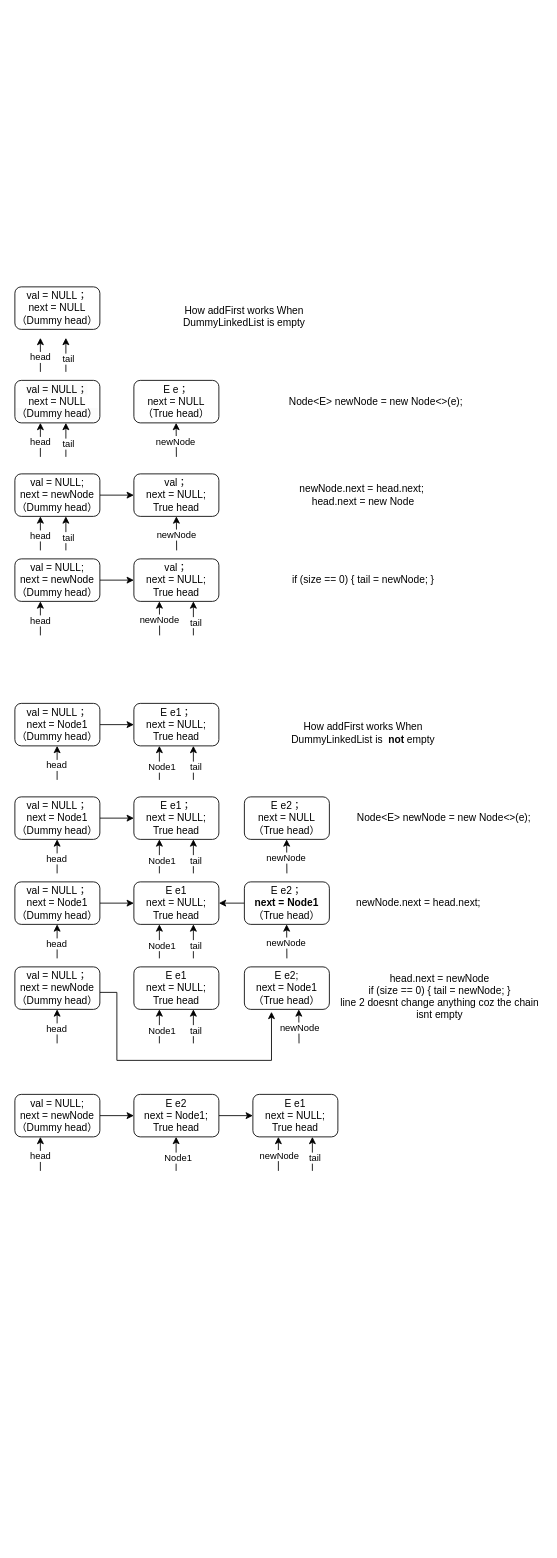
sunplanter/DSA keeps this draw.io diagram as LinkedList/LinkedList.drawio. Above is the earlier version. Source tidied: cells renumbered, new cells numbered last; positions are measured from the earlier drawing's top-left corner, leaving out a move shared by most shapes. Both pictures are drawn from the tidied source at 85%, with x=0, y=0 at pixel (14, 286).
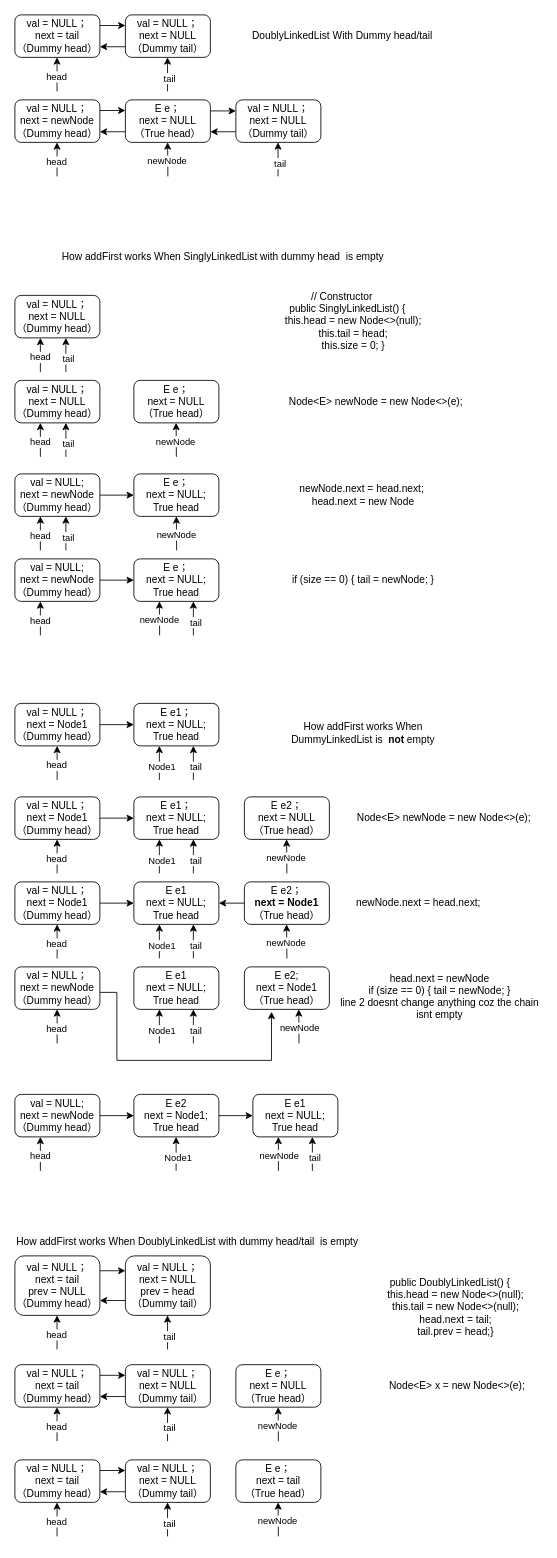
Above is the later version.

Diff of the diagram source:
```diff
@@
+    <mxCell id="100" style="edgeStyle=orthogonalEdgeStyle;rounded=0;jettySize=auto;html=1;exitX=1;exitY=0.25;exitDx=0;exitDy=0;entryX=0;entryY=0.25;entryDx=0;entryDy=0;" parent="1" edge="1" source="2" target="103">
+      <mxGeometry relative="1" as="geometry" />
+    </mxCell>
-    <mxCell id="2" value="&lt;div&gt;val = NULL；&lt;div&gt;next = NULL&lt;div&gt;（Dummy head）&lt;br&gt;&lt;/div&gt;&lt;/div&gt;&lt;/div&gt;" style="rounded=1;whiteSpace=wrap;html=1;" parent="1" vertex="1">
-      <mxGeometry width="100" height="50" as="geometry" />
+    <mxCell id="2" value="&lt;div&gt;val = NULL；&lt;div&gt;next = tail&lt;div&gt;（Dummy head）&lt;br&gt;&lt;/div&gt;&lt;/div&gt;&lt;/div&gt;" style="rounded=1;whiteSpace=wrap;html=1;" parent="1" vertex="1">
+      <mxGeometry y="-320" width="100" height="50" as="geometry" />
     </mxCell>
     <mxCell id="3" style="endArrow=classic;html=1;rounded=0;" parent="1" edge="1">
       <mxGeometry relative="1" as="geometry">
-        <mxPoint x="30" y="100" as="sourcePoint" />
-        <mxPoint x="30" y="60" as="targetPoint" />
+        <mxPoint x="49.6" y="-230" as="sourcePoint" />
+        <mxPoint x="49.6" y="-270" as="targetPoint" />
       </mxGeometry>
     </mxCell>
@@
-    <mxCell id="5" style="endArrow=classic;html=1;rounded=0;" parent="1" edge="1">
-      <mxGeometry relative="1" as="geometry">
-        <mxPoint x="60" y="100" as="sourcePoint" />
-        <mxPoint x="60" y="60" as="targetPoint" />
-      </mxGeometry>
-    </mxCell>
-    <mxCell id="6" value="tail" style="edgeLabel;html=1;align=center;verticalAlign=middle;" parent="5" vertex="1">
-      <mxGeometry x="-0.05" y="-2" relative="1" as="geometry">
-        <mxPoint y="3" as="offset" />
-      </mxGeometry>
-    </mxCell>
@@
-    <mxCell id="12" value="How addFirst works When DummyLinkedList is e&lt;span style=&quot;background-color: initial;&quot;&gt;mpty&lt;/span&gt;" style="text;strokeColor=none;align=center;fillColor=none;html=1;verticalAlign=middle;whiteSpace=wrap;rounded=0;" parent="1" vertex="1">
-      <mxGeometry x="190" y="20" width="160" height="30" as="geometry" />
+    <mxCell id="12" value="How addFirst works When SinglyLinkedList with dummy head &amp;nbsp;is e&lt;span style=&quot;background-color: initial;&quot;&gt;mpty&lt;/span&gt;" style="text;strokeColor=none;align=center;fillColor=none;html=1;verticalAlign=middle;whiteSpace=wrap;rounded=0;" parent="1" vertex="1">
+      <mxGeometry y="-50" width="490" height="30" as="geometry" />
     </mxCell>
@@
-    <mxCell id="20" value="&lt;div&gt;val；&lt;/div&gt;&lt;div&gt;next = NULL;&lt;/div&gt;&lt;div&gt;True head&lt;/div&gt;" style="rounded=1;whiteSpace=wrap;html=1;" parent="1" vertex="1">
+    <mxCell id="20" value="&lt;div&gt;E e；&lt;/div&gt;&lt;div&gt;next = NULL;&lt;/div&gt;&lt;div&gt;True head&lt;/div&gt;" style="rounded=1;whiteSpace=wrap;html=1;" parent="1" vertex="1">
       <mxGeometry x="140" y="220" width="100" height="50" as="geometry" />
     </mxCell>
@@
-    <mxCell id="29" value="&lt;div&gt;val；&lt;/div&gt;&lt;div&gt;next = NULL;&lt;/div&gt;&lt;div&gt;True head&lt;/div&gt;" style="rounded=1;whiteSpace=wrap;html=1;" parent="1" vertex="1">
+    <mxCell id="29" value="&lt;div&gt;E e；&lt;/div&gt;&lt;div&gt;next = NULL;&lt;/div&gt;&lt;div&gt;True head&lt;/div&gt;" style="rounded=1;whiteSpace=wrap;html=1;" parent="1" vertex="1">
       <mxGeometry x="140" y="320" width="100" height="50" as="geometry" />
     </mxCell>
@@
+    <mxCell id="101" value="&lt;div&gt;// Constructor&lt;/div&gt;&lt;div&gt;&amp;nbsp; &amp;nbsp; public SinglyLinkedList() {&lt;/div&gt;&lt;div&gt;&amp;nbsp; &amp;nbsp; &amp;nbsp; &amp;nbsp; this.head = new Node&amp;lt;&amp;gt;(null);&lt;/div&gt;&lt;div&gt;&amp;nbsp; &amp;nbsp; &amp;nbsp; &amp;nbsp; this.tail = head;&lt;/div&gt;&lt;div&gt;&amp;nbsp; &amp;nbsp; &amp;nbsp; &amp;nbsp; this.size = 0; }&lt;/div&gt;" style="text;strokeColor=none;align=center;fillColor=none;html=1;verticalAlign=middle;whiteSpace=wrap;rounded=0;" parent="1" vertex="1">
+      <mxGeometry x="260" width="250" height="80" as="geometry" />
+    </mxCell>
+    <mxCell id="102" style="edgeStyle=orthogonalEdgeStyle;rounded=0;jettySize=auto;html=1;exitX=0;exitY=0.75;exitDx=0;exitDy=0;entryX=1;entryY=0.75;entryDx=0;entryDy=0;" parent="1" edge="1" source="103" target="2">
+      <mxGeometry relative="1" as="geometry" />
+    </mxCell>
+    <mxCell id="103" value="&lt;div&gt;val = NULL；&lt;div&gt;next = NULL&lt;div&gt;（Dummy tail）&lt;br&gt;&lt;/div&gt;&lt;/div&gt;&lt;/div&gt;" style="rounded=1;whiteSpace=wrap;html=1;" parent="1" vertex="1">
+      <mxGeometry x="130" y="-320" width="100" height="50" as="geometry" />
+    </mxCell>
+    <mxCell id="104" style="endArrow=classic;html=1;rounded=0;" parent="1" edge="1">
+      <mxGeometry relative="1" as="geometry">
+        <mxPoint x="179.6" y="-230" as="sourcePoint" />
+        <mxPoint x="179.6" y="-270" as="targetPoint" />
+      </mxGeometry>
+    </mxCell>
+    <mxCell id="105" value="tail" style="edgeLabel;html=1;align=center;verticalAlign=middle;" parent="104" vertex="1">
+      <mxGeometry x="-0.05" y="-2" relative="1" as="geometry">
+        <mxPoint y="3" as="offset" />
+      </mxGeometry>
+    </mxCell>
+    <mxCell id="106" value="DoublyLinkedList With Dummy head/tail" style="text;html=1;align=center;verticalAlign=middle;strokeColor=none;fillColor=none;" parent="1" vertex="1">
+      <mxGeometry x="265" y="-310" width="240" height="30" as="geometry" />
+    </mxCell>
+    <mxCell id="107" style="edgeStyle=orthogonalEdgeStyle;rounded=0;jettySize=auto;html=1;exitX=1;exitY=0.25;exitDx=0;exitDy=0;entryX=0;entryY=0.25;entryDx=0;entryDy=0;" parent="1" edge="1" source="108" target="117">
+      <mxGeometry relative="1" as="geometry" />
+    </mxCell>
+    <mxCell id="108" value="&lt;div&gt;val = NULL；&lt;div&gt;next = newNode&lt;div&gt;（Dummy head）&lt;br&gt;&lt;/div&gt;&lt;/div&gt;&lt;/div&gt;" style="rounded=1;whiteSpace=wrap;html=1;" parent="1" vertex="1">
+      <mxGeometry y="-220" width="100" height="50" as="geometry" />
+    </mxCell>
+    <mxCell id="109" style="endArrow=classic;html=1;rounded=0;" parent="1" edge="1">
+      <mxGeometry relative="1" as="geometry">
+        <mxPoint x="49.6" y="-130" as="sourcePoint" />
+        <mxPoint x="49.6" y="-170" as="targetPoint" />
+      </mxGeometry>
+    </mxCell>
+    <mxCell id="110" value="head" style="edgeLabel;html=1;align=center;verticalAlign=middle;" parent="109" vertex="1">
+      <mxGeometry x="-0.11" y="1" relative="1" as="geometry" />
+    </mxCell>
+    <mxCell id="111" value="&lt;div&gt;val = NULL；&lt;div&gt;next = NULL&lt;div&gt;（Dummy head）&lt;br&gt;&lt;/div&gt;&lt;/div&gt;&lt;/div&gt;" style="rounded=1;whiteSpace=wrap;html=1;" parent="1" vertex="1">
+      <mxGeometry y="10" width="100" height="50" as="geometry" />
+    </mxCell>
+    <mxCell id="112" style="endArrow=classic;html=1;rounded=0;" parent="1" edge="1">
+      <mxGeometry relative="1" as="geometry">
+        <mxPoint x="30" y="100" as="sourcePoint" />
+        <mxPoint x="30" y="60" as="targetPoint" />
+      </mxGeometry>
+    </mxCell>
+    <mxCell id="113" value="head" style="edgeLabel;html=1;align=center;verticalAlign=middle;" parent="112" vertex="1">
+      <mxGeometry x="-0.11" y="1" relative="1" as="geometry" />
+    </mxCell>
+    <mxCell id="114" style="endArrow=classic;html=1;rounded=0;" parent="1" edge="1">
+      <mxGeometry relative="1" as="geometry">
+        <mxPoint x="60" y="100" as="sourcePoint" />
+        <mxPoint x="60" y="60" as="targetPoint" />
+      </mxGeometry>
+    </mxCell>
+    <mxCell id="115" value="tail" style="edgeLabel;html=1;align=center;verticalAlign=middle;" parent="114" vertex="1">
+      <mxGeometry x="-0.05" y="-2" relative="1" as="geometry">
+        <mxPoint y="3" as="offset" />
+      </mxGeometry>
+    </mxCell>
+    <mxCell id="116" style="edgeStyle=orthogonalEdgeStyle;rounded=0;jettySize=auto;html=1;exitX=0;exitY=0.75;exitDx=0;exitDy=0;entryX=1;entryY=0.75;entryDx=0;entryDy=0;" parent="1" edge="1" source="117" target="108">
+      <mxGeometry relative="1" as="geometry" />
+    </mxCell>
+    <mxCell id="117" value="&lt;div&gt;E e；&lt;/div&gt;&lt;div&gt;next = NULL&lt;/div&gt;&lt;div&gt;（True head）&lt;/div&gt;" style="rounded=1;whiteSpace=wrap;html=1;" parent="1" vertex="1">
+      <mxGeometry x="130" y="-220" width="100" height="50" as="geometry" />
+    </mxCell>
+    <mxCell id="118" style="endArrow=classic;html=1;rounded=0;" parent="1" edge="1">
+      <mxGeometry relative="1" as="geometry">
+        <mxPoint x="180" y="-130" as="sourcePoint" />
+        <mxPoint x="179.7" y="-170" as="targetPoint" />
+      </mxGeometry>
+    </mxCell>
+    <mxCell id="119" value="newNode" style="edgeLabel;html=1;align=center;verticalAlign=middle;" parent="118" vertex="1">
+      <mxGeometry x="-0.03" y="1" relative="1" as="geometry" />
+    </mxCell>
+    <mxCell id="120" style="edgeStyle=orthogonalEdgeStyle;rounded=0;jettySize=auto;html=1;exitX=1;exitY=0.25;exitDx=0;exitDy=0;entryX=0;entryY=0.25;entryDx=0;entryDy=0;" parent="1" edge="1" target="122">
+      <mxGeometry relative="1" as="geometry">
+        <mxPoint x="230" y="-207" as="sourcePoint" />
+      </mxGeometry>
+    </mxCell>
+    <mxCell id="121" style="edgeStyle=orthogonalEdgeStyle;rounded=0;jettySize=auto;html=1;exitX=0;exitY=0.75;exitDx=0;exitDy=0;entryX=1;entryY=0.75;entryDx=0;entryDy=0;" parent="1" edge="1" source="122">
+      <mxGeometry relative="1" as="geometry">
+        <mxPoint x="230" y="-182" as="targetPoint" />
+      </mxGeometry>
+    </mxCell>
+    <mxCell id="122" value="&lt;div&gt;val = NULL；&lt;div&gt;next = NULL&lt;div&gt;（Dummy tail）&lt;br&gt;&lt;/div&gt;&lt;/div&gt;&lt;/div&gt;" style="rounded=1;whiteSpace=wrap;html=1;" parent="1" vertex="1">
+      <mxGeometry x="260" y="-220" width="100" height="50" as="geometry" />
+    </mxCell>
+    <mxCell id="123" style="endArrow=classic;html=1;rounded=0;" parent="1" edge="1">
+      <mxGeometry relative="1" as="geometry">
+        <mxPoint x="309.6" y="-130" as="sourcePoint" />
+        <mxPoint x="309.6" y="-170" as="targetPoint" />
+      </mxGeometry>
+    </mxCell>
+    <mxCell id="124" value="tail" style="edgeLabel;html=1;align=center;verticalAlign=middle;" parent="123" vertex="1">
+      <mxGeometry x="-0.05" y="-2" relative="1" as="geometry">
+        <mxPoint y="3" as="offset" />
+      </mxGeometry>
+    </mxCell>
+    <mxCell id="125" value="&lt;span style=&quot;caret-color: rgb(0, 0, 0); color: rgb(0, 0, 0); font-family: Helvetica; font-size: 12px; font-style: normal; font-variant-caps: normal; font-weight: 400; letter-spacing: normal; orphans: auto; text-align: center; text-indent: 0px; text-transform: none; white-space: normal; widows: auto; word-spacing: 0px; -webkit-text-stroke-width: 0px; background-color: rgb(251, 251, 251); text-decoration: none; display: inline !important; float: none;&quot;&gt;How addFirst works When DoublyLinkedList with dummy head/tail &amp;nbsp;is e&lt;/span&gt;&lt;span style=&quot;caret-color: rgb(0, 0, 0); color: rgb(0, 0, 0); font-family: Helvetica; font-size: 12px; font-style: normal; font-variant-caps: normal; font-weight: 400; letter-spacing: normal; orphans: auto; text-align: center; text-indent: 0px; text-transform: none; white-space: normal; widows: auto; word-spacing: 0px; -webkit-text-stroke-width: 0px; text-decoration: none; background-color: initial;&quot;&gt;mpty&lt;/span&gt;" style="text;whiteSpace=wrap;html=1;" parent="1" vertex="1">
+      <mxGeometry y="1110" width="410" height="30" as="geometry" />
+    </mxCell>
+    <mxCell id="126" style="edgeStyle=orthogonalEdgeStyle;rounded=0;jettySize=auto;html=1;exitX=1;exitY=0.25;exitDx=0;exitDy=0;entryX=0;entryY=0.25;entryDx=0;entryDy=0;" parent="1" edge="1" source="127" target="131">
+      <mxGeometry relative="1" as="geometry" />
+    </mxCell>
+    <mxCell id="127" value="val = NULL；&lt;div&gt;next = tail&lt;div&gt;prev = NULL&lt;br&gt;&lt;div&gt;（Dummy head）&lt;br&gt;&lt;/div&gt;&lt;/div&gt;&lt;/div&gt;" style="rounded=1;whiteSpace=wrap;html=1;" parent="1" vertex="1">
+      <mxGeometry y="1140" width="100" height="70" as="geometry" />
+    </mxCell>
+    <mxCell id="128" style="endArrow=classic;html=1;rounded=0;" parent="1" edge="1">
+      <mxGeometry relative="1" as="geometry">
+        <mxPoint x="49.6" y="1250" as="sourcePoint" />
+        <mxPoint x="49.6" y="1210" as="targetPoint" />
+      </mxGeometry>
+    </mxCell>
+    <mxCell id="129" value="head" style="edgeLabel;html=1;align=center;verticalAlign=middle;" parent="128" vertex="1">
+      <mxGeometry x="-0.11" y="1" relative="1" as="geometry" />
+    </mxCell>
+    <mxCell id="130" style="edgeStyle=orthogonalEdgeStyle;rounded=0;jettySize=auto;html=1;exitX=0;exitY=0.75;exitDx=0;exitDy=0;entryX=1;entryY=0.75;entryDx=0;entryDy=0;" parent="1" edge="1" source="131" target="127">
+      <mxGeometry relative="1" as="geometry" />
+    </mxCell>
+    <mxCell id="131" value="&lt;div&gt;val = NULL；&lt;div&gt;next = NULL&lt;/div&gt;&lt;div&gt;prev = head&lt;br&gt;&lt;div&gt;（Dummy tail）&lt;br&gt;&lt;/div&gt;&lt;/div&gt;&lt;/div&gt;" style="rounded=1;whiteSpace=wrap;html=1;" parent="1" vertex="1">
+      <mxGeometry x="130" y="1140" width="100" height="70" as="geometry" />
+    </mxCell>
+    <mxCell id="132" style="endArrow=classic;html=1;rounded=0;" parent="1" edge="1">
+      <mxGeometry relative="1" as="geometry">
+        <mxPoint x="179.6" y="1250" as="sourcePoint" />
+        <mxPoint x="179.6" y="1210" as="targetPoint" />
+      </mxGeometry>
+    </mxCell>
+    <mxCell id="133" value="tail" style="edgeLabel;html=1;align=center;verticalAlign=middle;" parent="132" vertex="1">
+      <mxGeometry x="-0.05" y="-2" relative="1" as="geometry">
+        <mxPoint y="3" as="offset" />
+      </mxGeometry>
+    </mxCell>
+    <mxCell id="134" value="&lt;div&gt;&amp;nbsp; &amp;nbsp; public DoublyLinkedList() {&lt;/div&gt;&lt;div&gt;&amp;nbsp; &amp;nbsp; &amp;nbsp; &amp;nbsp; this.head = new Node&amp;lt;&amp;gt;(null);&lt;/div&gt;&lt;div&gt;&amp;nbsp; &amp;nbsp; &amp;nbsp; &amp;nbsp; this.tail = new Node&amp;lt;&amp;gt;(null);&lt;/div&gt;&lt;div&gt;&amp;nbsp; &amp;nbsp; &amp;nbsp; &amp;nbsp; head.next = tail;&lt;/div&gt;&lt;div&gt;&amp;nbsp; &amp;nbsp; &amp;nbsp; &amp;nbsp; tail.prev = head;}&lt;/div&gt;" style="text;html=1;align=center;verticalAlign=middle;strokeColor=none;fillColor=none;" parent="1" vertex="1">
+      <mxGeometry x="400" y="1160" width="210" height="80" as="geometry" />
+    </mxCell>
+    <mxCell id="135" value="&amp;nbsp; &amp;nbsp;Node&amp;lt;E&amp;gt; x = new Node&amp;lt;&amp;gt;(e);" style="text;html=1;align=center;verticalAlign=middle;strokeColor=none;fillColor=none;" parent="1" vertex="1">
+      <mxGeometry x="420" y="1278" width="190" height="30" as="geometry" />
+    </mxCell>
+    <mxCell id="136" style="edgeStyle=orthogonalEdgeStyle;rounded=0;jettySize=auto;html=1;exitX=1;exitY=0.25;exitDx=0;exitDy=0;entryX=0;entryY=0.25;entryDx=0;entryDy=0;" parent="1" edge="1" source="137" target="141">
+      <mxGeometry relative="1" as="geometry" />
+    </mxCell>
+    <mxCell id="137" value="&lt;div&gt;val = NULL；&lt;div&gt;next = tail&lt;div&gt;（Dummy head）&lt;br&gt;&lt;/div&gt;&lt;/div&gt;&lt;/div&gt;" style="rounded=1;whiteSpace=wrap;html=1;" parent="1" vertex="1">
+      <mxGeometry y="1268" width="100" height="50" as="geometry" />
+    </mxCell>
+    <mxCell id="138" style="endArrow=classic;html=1;rounded=0;" parent="1" edge="1">
+      <mxGeometry relative="1" as="geometry">
+        <mxPoint x="49.6" y="1358" as="sourcePoint" />
+        <mxPoint x="49.6" y="1318" as="targetPoint" />
+      </mxGeometry>
+    </mxCell>
+    <mxCell id="139" value="head" style="edgeLabel;html=1;align=center;verticalAlign=middle;" parent="138" vertex="1">
+      <mxGeometry x="-0.11" y="1" relative="1" as="geometry" />
+    </mxCell>
+    <mxCell id="140" style="edgeStyle=orthogonalEdgeStyle;rounded=0;jettySize=auto;html=1;exitX=0;exitY=0.75;exitDx=0;exitDy=0;entryX=1;entryY=0.75;entryDx=0;entryDy=0;" parent="1" edge="1" source="141" target="137">
+      <mxGeometry relative="1" as="geometry" />
+    </mxCell>
+    <mxCell id="141" value="&lt;div&gt;val = NULL；&lt;div&gt;next = NULL&lt;div&gt;（Dummy tail）&lt;br&gt;&lt;/div&gt;&lt;/div&gt;&lt;/div&gt;" style="rounded=1;whiteSpace=wrap;html=1;" parent="1" vertex="1">
+      <mxGeometry x="130" y="1268" width="100" height="50" as="geometry" />
+    </mxCell>
+    <mxCell id="142" style="endArrow=classic;html=1;rounded=0;" parent="1" edge="1">
+      <mxGeometry relative="1" as="geometry">
+        <mxPoint x="179.6" y="1358" as="sourcePoint" />
+        <mxPoint x="179.6" y="1318" as="targetPoint" />
+      </mxGeometry>
+    </mxCell>
+    <mxCell id="143" value="tail" style="edgeLabel;html=1;align=center;verticalAlign=middle;" parent="142" vertex="1">
+      <mxGeometry x="-0.05" y="-2" relative="1" as="geometry">
+        <mxPoint y="3" as="offset" />
+      </mxGeometry>
+    </mxCell>
+    <mxCell id="144" value="&lt;div&gt;E e；&lt;/div&gt;&lt;div&gt;next = NULL&lt;/div&gt;&lt;div&gt;（True head）&lt;/div&gt;" style="rounded=1;whiteSpace=wrap;html=1;" parent="1" vertex="1">
+      <mxGeometry x="260" y="1268" width="100" height="50" as="geometry" />
+    </mxCell>
+    <mxCell id="145" style="endArrow=classic;html=1;rounded=0;" parent="1" edge="1">
+      <mxGeometry relative="1" as="geometry">
+        <mxPoint x="310" y="1358" as="sourcePoint" />
+        <mxPoint x="309.7" y="1318" as="targetPoint" />
+      </mxGeometry>
+    </mxCell>
+    <mxCell id="146" value="newNode" style="edgeLabel;html=1;align=center;verticalAlign=middle;" parent="145" vertex="1">
+      <mxGeometry x="-0.03" y="1" relative="1" as="geometry" />
+    </mxCell>
+    <mxCell id="147" style="edgeStyle=orthogonalEdgeStyle;rounded=0;jettySize=auto;html=1;exitX=1;exitY=0.25;exitDx=0;exitDy=0;entryX=0;entryY=0.25;entryDx=0;entryDy=0;" parent="1" edge="1" source="148" target="152">
+      <mxGeometry relative="1" as="geometry" />
+    </mxCell>
+    <mxCell id="148" value="&lt;div&gt;val = NULL；&lt;div&gt;next = tail&lt;div&gt;（Dummy head）&lt;br&gt;&lt;/div&gt;&lt;/div&gt;&lt;/div&gt;" style="rounded=1;whiteSpace=wrap;html=1;" parent="1" vertex="1">
+      <mxGeometry y="1380" width="100" height="50" as="geometry" />
+    </mxCell>
+    <mxCell id="149" style="endArrow=classic;html=1;rounded=0;" parent="1" edge="1">
+      <mxGeometry relative="1" as="geometry">
+        <mxPoint x="49.6" y="1470" as="sourcePoint" />
+        <mxPoint x="49.6" y="1430" as="targetPoint" />
+      </mxGeometry>
+    </mxCell>
+    <mxCell id="150" value="head" style="edgeLabel;html=1;align=center;verticalAlign=middle;" parent="149" vertex="1">
+      <mxGeometry x="-0.11" y="1" relative="1" as="geometry" />
+    </mxCell>
+    <mxCell id="151" style="edgeStyle=orthogonalEdgeStyle;rounded=0;jettySize=auto;html=1;exitX=0;exitY=0.75;exitDx=0;exitDy=0;entryX=1;entryY=0.75;entryDx=0;entryDy=0;" parent="1" edge="1" source="152" target="148">
+      <mxGeometry relative="1" as="geometry" />
+    </mxCell>
+    <mxCell id="152" value="&lt;div&gt;val = NULL；&lt;div&gt;next = NULL&lt;div&gt;（Dummy tail）&lt;br&gt;&lt;/div&gt;&lt;/div&gt;&lt;/div&gt;" style="rounded=1;whiteSpace=wrap;html=1;" parent="1" vertex="1">
+      <mxGeometry x="130" y="1380" width="100" height="50" as="geometry" />
+    </mxCell>
+    <mxCell id="153" style="endArrow=classic;html=1;rounded=0;" parent="1" edge="1">
+      <mxGeometry relative="1" as="geometry">
+        <mxPoint x="179.6" y="1470" as="sourcePoint" />
+        <mxPoint x="179.6" y="1430" as="targetPoint" />
+      </mxGeometry>
+    </mxCell>
+    <mxCell id="154" value="tail" style="edgeLabel;html=1;align=center;verticalAlign=middle;" parent="153" vertex="1">
+      <mxGeometry x="-0.05" y="-2" relative="1" as="geometry">
+        <mxPoint y="3" as="offset" />
+      </mxGeometry>
+    </mxCell>
+    <mxCell id="155" value="&lt;div&gt;E e；&lt;/div&gt;&lt;div&gt;next = tail&lt;/div&gt;&lt;div&gt;（True head）&lt;/div&gt;" style="rounded=1;whiteSpace=wrap;html=1;" parent="1" vertex="1">
+      <mxGeometry x="260" y="1380" width="100" height="50" as="geometry" />
+    </mxCell>
+    <mxCell id="156" style="endArrow=classic;html=1;rounded=0;" parent="1" edge="1">
+      <mxGeometry relative="1" as="geometry">
+        <mxPoint x="310" y="1470" as="sourcePoint" />
+        <mxPoint x="309.7" y="1430" as="targetPoint" />
+      </mxGeometry>
+    </mxCell>
+    <mxCell id="157" value="newNode" style="edgeLabel;html=1;align=center;verticalAlign=middle;" parent="156" vertex="1">
+      <mxGeometry x="-0.03" y="1" relative="1" as="geometry" />
+    </mxCell>
```
